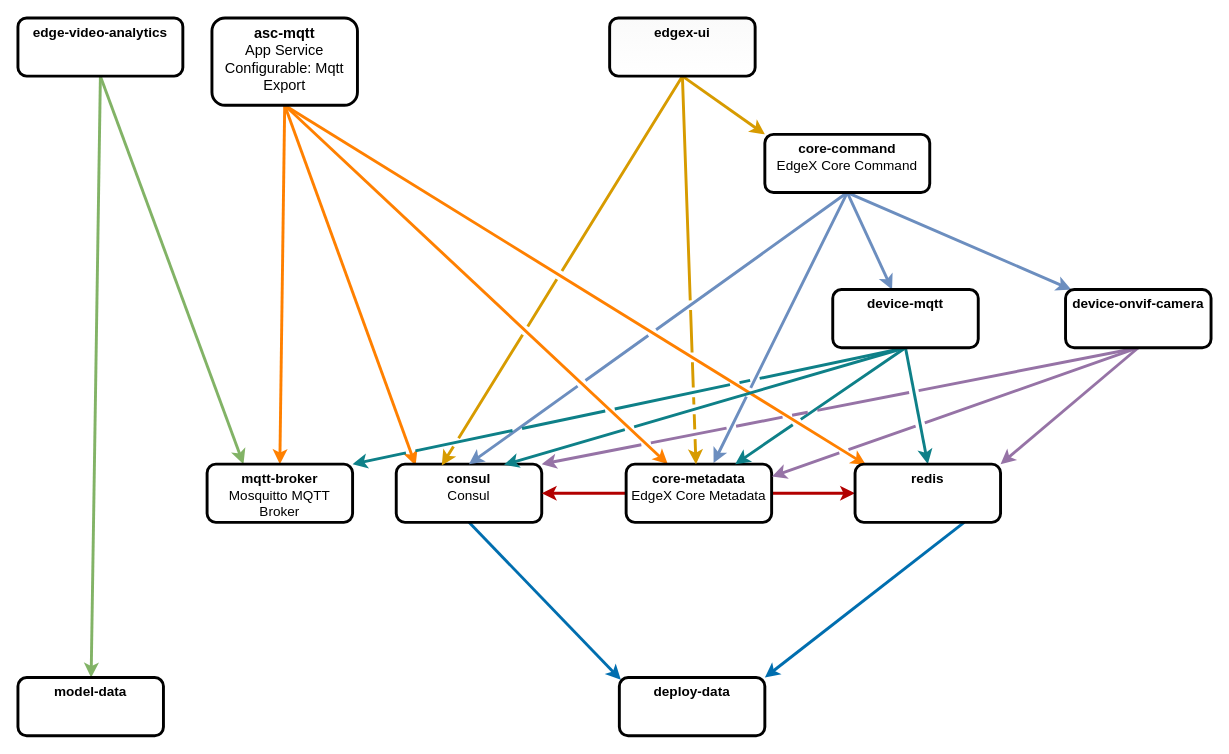
Earlier version of the draw.io diagram demos/OH-EXF-Jakarta/docs/services-diagram.drawio (edgexfoundry-holding/orra). Source tidied: cells renumbered, new cells numbered last; positions are measured from the earlier drawing's top-left corner, leaving out a move shared by most shapes. Both pictures are drawn from the tidied source at 97%, with x=0, y=0 at pixel (17, 17).
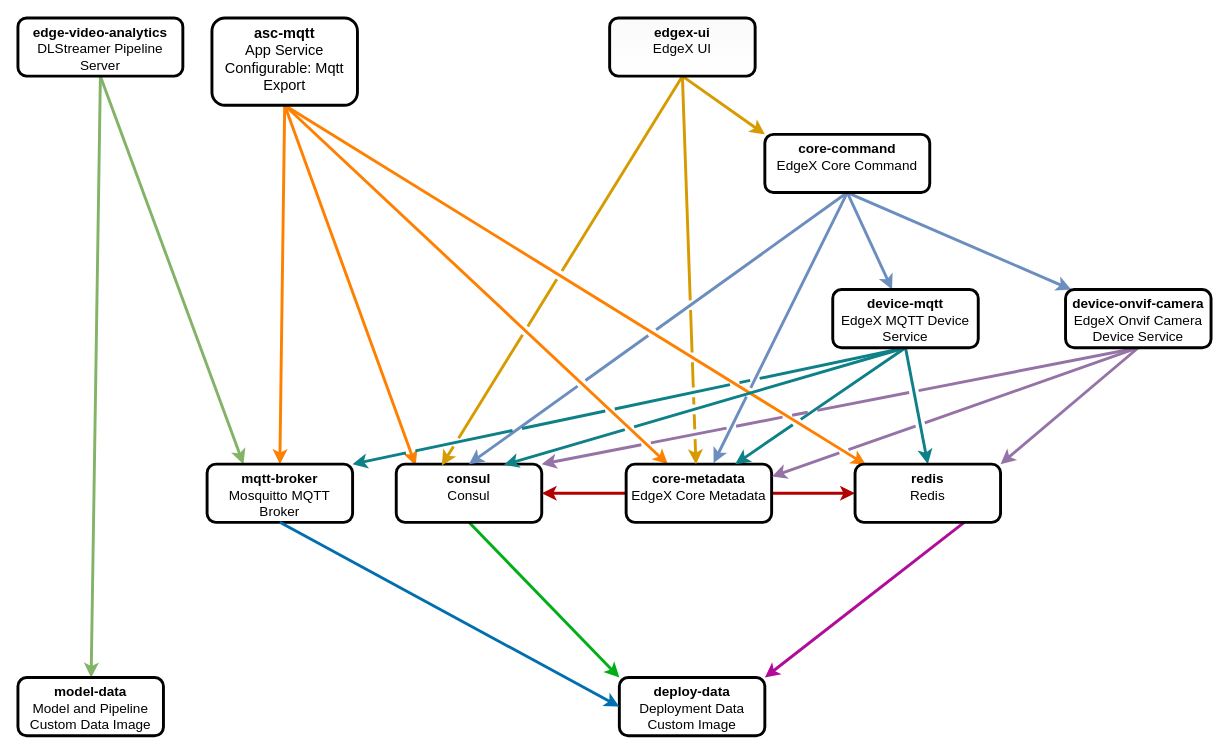
After the change.

Commit message (it also covers changes not shown here):
feat: mqtt over websockets, custom user input

Unchanged cells that the change refers to:
```xml
<mxCell id="11" value="mqtt-broker&lt;br style=&quot;font-size: 14px;&quot;&gt;&lt;span style=&quot;font-weight: normal; font-size: 14px;&quot;&gt;Mosquitto MQTT Broker&lt;/span&gt;" style="whiteSpace=wrap;html=1;flipV=1;fontSize=14;verticalAlign=top;fontStyle=1;strokeWidth=3;rounded=1;" parent="1" vertex="1">
  <mxGeometry x="195" y="460" width="150" height="60" as="geometry" />
</mxCell>
<mxCell id="13" value="&lt;b style=&quot;font-size: 14px;&quot;&gt;consul&lt;/b&gt;&lt;br style=&quot;font-size: 14px;&quot;&gt;Consul" style="whiteSpace=wrap;html=1;fontSize=14;verticalAlign=top;strokeWidth=3;rounded=1;" parent="1" vertex="1">
  <mxGeometry x="390" y="460" width="150" height="60" as="geometry" />
</mxCell>
```

Change to the diagram source:
```diff
@@
-    <mxCell id="9" value="&lt;b style=&quot;font-size: 14px;&quot;&gt;edge-video-analytics&lt;/b&gt;" style="whiteSpace=wrap;html=1;fontSize=14;verticalAlign=top;strokeWidth=3;rounded=1;" parent="1" vertex="1">
+    <mxCell id="9" value="&lt;span style=&quot;font-size: 14px&quot;&gt;&lt;b&gt;edge-video-analytics&lt;/b&gt;&lt;br&gt;DLStreamer Pipeline Server&lt;br&gt;&lt;/span&gt;" style="whiteSpace=wrap;html=1;fontSize=14;verticalAlign=top;strokeWidth=3;rounded=1;" parent="1" vertex="1">
       <mxGeometry width="170" height="60" as="geometry" />
     </mxCell>
-    <mxCell id="10" value="&lt;b style=&quot;font-size: 14px;&quot;&gt;model-data&lt;/b&gt;" style="whiteSpace=wrap;html=1;fontSize=14;verticalAlign=top;strokeWidth=3;rounded=1;" parent="1" vertex="1">
+    <mxCell id="10" value="&lt;span style=&quot;font-size: 14px&quot;&gt;&lt;b&gt;model-data&lt;/b&gt;&lt;br&gt;Model and Pipeline Custom Data Image&lt;br&gt;&lt;/span&gt;" style="whiteSpace=wrap;html=1;fontSize=14;verticalAlign=top;strokeWidth=3;rounded=1;" parent="1" vertex="1">
       <mxGeometry y="680" width="150" height="60" as="geometry" />
     </mxCell>
@@
-    <mxCell id="12" style="jumpStyle=gap;jettySize=auto;html=1;exitX=0.5;exitY=1;exitDx=0;exitDy=0;entryX=0.01;entryY=0.037;entryDx=0;entryDy=0;fontSize=14;strokeWidth=3;fillColor=#1ba1e2;strokeColor=#006EAF;entryPerimeter=0;" parent="1" edge="1" source="13" target="22">
+    <mxCell id="12" style="jumpStyle=gap;jettySize=auto;html=1;exitX=0.5;exitY=1;exitDx=0;exitDy=0;entryX=0;entryY=0;entryDx=0;entryDy=0;fontSize=14;strokeWidth=3;fillColor=#1ba1e2;strokeColor=#00AF17;" parent="1" edge="1" source="13" target="22">
       <mxGeometry relative="1" as="geometry" />
     </mxCell>
@@
-    <mxCell id="22" value="&lt;b style=&quot;font-size: 14px;&quot;&gt;deploy-data&lt;/b&gt;" style="whiteSpace=wrap;html=1;fontSize=14;verticalAlign=top;strokeWidth=3;rounded=1;" parent="1" vertex="1">
+    <mxCell id="22" value="&lt;span style=&quot;font-size: 14px&quot;&gt;&lt;b&gt;deploy-data&lt;/b&gt;&lt;br&gt;Deployment Data Custom Image&lt;br&gt;&lt;/span&gt;" style="whiteSpace=wrap;html=1;fontSize=14;verticalAlign=top;strokeWidth=3;rounded=1;" parent="1" vertex="1">
       <mxGeometry x="620" y="680" width="150" height="60" as="geometry" />
     </mxCell>
@@
-    <mxCell id="27" value="&lt;b style=&quot;font-size: 14px;&quot;&gt;device-mqtt&lt;/b&gt;" style="whiteSpace=wrap;html=1;fontSize=14;verticalAlign=top;strokeWidth=3;rounded=1;" parent="1" vertex="1">
+    <mxCell id="27" value="&lt;span style=&quot;font-size: 14px&quot;&gt;&lt;b&gt;device-mqtt&lt;/b&gt;&lt;br&gt;EdgeX MQTT Device Service&lt;br&gt;&lt;/span&gt;" style="whiteSpace=wrap;html=1;fontSize=14;verticalAlign=top;strokeWidth=3;rounded=1;" parent="1" vertex="1">
       <mxGeometry x="840" y="280" width="150" height="60" as="geometry" />
     </mxCell>
@@
-    <mxCell id="31" value="&lt;b style=&quot;font-size: 14px;&quot;&gt;device-onvif-camera&lt;/b&gt;" style="whiteSpace=wrap;html=1;fontSize=14;verticalAlign=top;strokeWidth=3;rounded=1;" parent="1" vertex="1">
+    <mxCell id="31" value="&lt;span style=&quot;font-size: 14px&quot;&gt;&lt;b&gt;device-onvif-camera&lt;/b&gt;&lt;br&gt;EdgeX Onvif Camera Device Service&lt;br&gt;&lt;/span&gt;" style="whiteSpace=wrap;html=1;fontSize=14;verticalAlign=top;strokeWidth=3;rounded=1;" parent="1" vertex="1">
       <mxGeometry x="1080" y="280" width="150" height="60" as="geometry" />
     </mxCell>
@@
-    <mxCell id="35" value="&lt;b style=&quot;font-size: 14px;&quot;&gt;edgex-ui&lt;/b&gt;" style="whiteSpace=wrap;html=1;fontSize=14;verticalAlign=top;strokeWidth=3;fillColor=default;gradientColor=#FAFAFA;gradientDirection=north;rounded=1;" parent="1" vertex="1">
+    <mxCell id="35" value="&lt;span style=&quot;font-size: 14px&quot;&gt;&lt;b&gt;edgex-ui&lt;/b&gt;&lt;br&gt;EdgeX UI&lt;br&gt;&lt;/span&gt;" style="whiteSpace=wrap;html=1;fontSize=14;verticalAlign=top;strokeWidth=3;fillColor=default;gradientColor=#FAFAFA;gradientDirection=north;rounded=1;" parent="1" vertex="1">
       <mxGeometry x="610" width="150" height="60" as="geometry" />
     </mxCell>
-    <mxCell id="36" style="edgeStyle=none;jumpStyle=gap;jettySize=auto;html=1;exitX=0.75;exitY=1;exitDx=0;exitDy=0;entryX=1;entryY=0;entryDx=0;entryDy=0;fontSize=14;strokeWidth=3;fillColor=#1ba1e2;strokeColor=#006EAF;" parent="1" edge="1" source="37" target="22">
+    <mxCell id="36" style="edgeStyle=none;jumpStyle=gap;jettySize=auto;html=1;exitX=0.75;exitY=1;exitDx=0;exitDy=0;entryX=1;entryY=0;entryDx=0;entryDy=0;fontSize=14;strokeWidth=3;fillColor=#ffcccc;strokeColor=#B00C9A;" parent="1" edge="1" source="37" target="22">
       <mxGeometry relative="1" as="geometry" />
     </mxCell>
-    <mxCell id="37" value="&lt;b style=&quot;font-size: 14px;&quot;&gt;redis&lt;/b&gt;" style="whiteSpace=wrap;html=1;flipV=1;fontSize=14;verticalAlign=top;strokeWidth=3;rounded=1;" parent="1" vertex="1">
+    <mxCell id="37" value="&lt;span style=&quot;font-size: 14px&quot;&gt;&lt;b&gt;redis&lt;/b&gt;&lt;br&gt;Redis&lt;br&gt;&lt;/span&gt;" style="whiteSpace=wrap;html=1;flipV=1;fontSize=14;verticalAlign=top;strokeWidth=3;rounded=1;" parent="1" vertex="1">
       <mxGeometry x="863" y="460" width="150" height="60" as="geometry" />
     </mxCell>
+    <mxCell id="38" style="jumpStyle=gap;jettySize=auto;html=1;exitX=0.5;exitY=1;exitDx=0;exitDy=0;entryX=0;entryY=0.5;entryDx=0;entryDy=0;fontSize=14;strokeWidth=3;fillColor=#1ba1e2;strokeColor=#006EAF;" parent="1" edge="1" source="11" target="22">
+      <mxGeometry relative="1" as="geometry" />
+    </mxCell>
```
